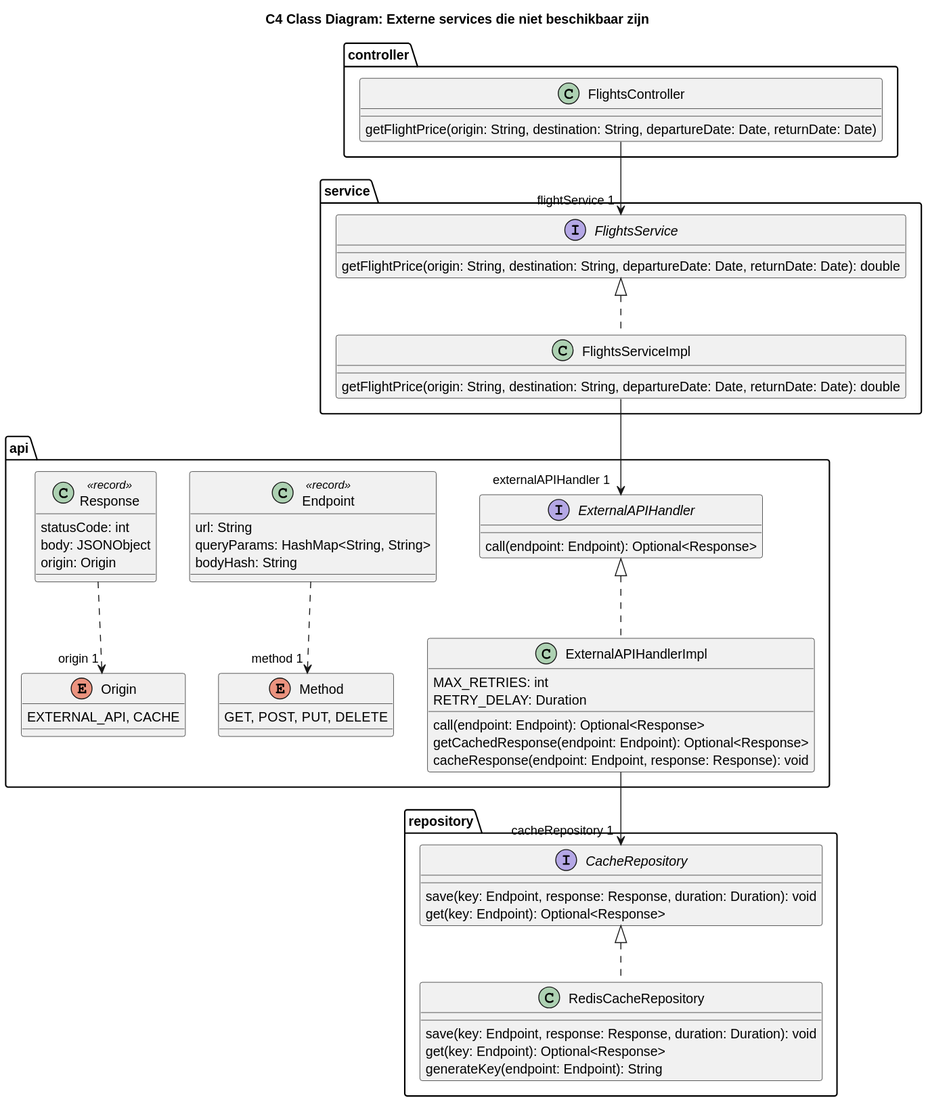
The PlantUML diagram software-guidebook/sgb-bestanden/ontwerpvragen/Fault Tolerance - class diagram-C4_Class_Diagram___Backend.svg in AIM-ENE-feb25/triptop-groep-4-jochem-roald-stijn-a, before a commit.
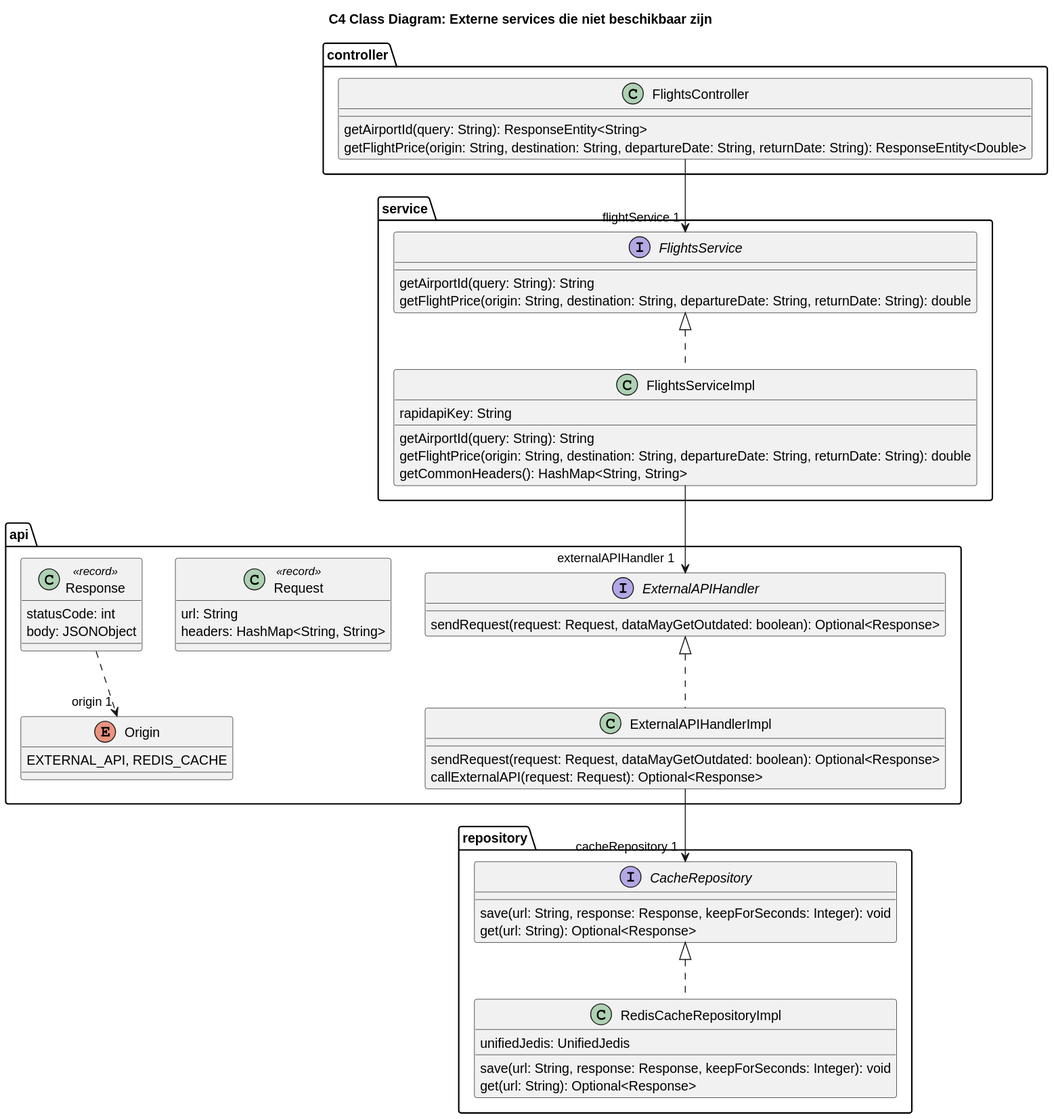
Above is the later version.

Commit message:
class en dynamic component diagram update in readme

The edit, as a diff of the source:
```diff
@@ -6,73 +6,72 @@
 
 package "controller" {
     class FlightsController {
-        getFlightPrice(origin: String, destination: String, departureDate: Date, returnDate: Date)
+        getAirportId(query: String): ResponseEntity<String>
+        getFlightPrice(origin: String, destination: String, departureDate: String, returnDate: String): ResponseEntity<Double>
     }
 }
 
 package "service" {
     interface FlightsService {
-        getFlightPrice(origin: String, destination: String, departureDate: Date, returnDate: Date): double
+        getAirportId(query: String): String
+        getFlightPrice(origin: String, destination: String, departureDate: String, returnDate: String): double
     }
 
     class FlightsServiceImpl {
-        getFlightPrice(origin: String, destination: String, departureDate: Date, returnDate: Date): double
+        rapidapiKey: String
+        getAirportId(query: String): String
+        getFlightPrice(origin: String, destination: String, departureDate: String, returnDate: String): double
+        getCommonHeaders(): HashMap<String, String>
     }
 }
 
 package "api" {
     interface ExternalAPIHandler {
-        call(endpoint: Endpoint): Optional<Response>
+        sendRequest(request: Request, dataMayGetOutdated: boolean): Optional<Response>
     }
 
     class ExternalAPIHandlerImpl {
-        MAX_RETRIES: int
-        RETRY_DELAY: Duration
-        call(endpoint: Endpoint): Optional<Response>
-        getCachedResponse(endpoint: Endpoint): Optional<Response>
-        cacheResponse(endpoint: Endpoint, response: Response): void
+        sendRequest(request: Request, dataMayGetOutdated: boolean): Optional<Response>
+        callExternalAPI(request: Request): Optional<Response>
     }
 
-    class Endpoint <<record>> {
+    class Request <<record>> {
         url: String
-        queryParams: HashMap<String, String>
-        bodyHash: String
-    }
-
-    enum Method {
-        GET, POST, PUT, DELETE
+        headers: HashMap<String, String>
     }
 
     class Response <<record>> {
         statusCode: int
         body: JSONObject
-        origin: Origin
     }
 
     enum Origin {
-        EXTERNAL_API, CACHE
+        EXTERNAL_API, REDIS_CACHE
     }
 }
 
 package "repository" {
     interface CacheRepository {
-        save(key: Endpoint, response: Response, duration: Duration): void
-        get(key: Endpoint): Optional<Response>
+        save(url: String, response: Response, keepForSeconds: Integer): void
+        get(url: String): Optional<Response>
     }
 
-    class RedisCacheRepository {
-        save(key: Endpoint, response: Response, duration: Duration): void
-        get(key: Endpoint): Optional<Response>
-        generateKey(endpoint: Endpoint): String
+    class RedisCacheRepositoryImpl {
+        unifiedJedis: UnifiedJedis
+        save(url: String, response: Response, keepForSeconds: Integer): void
+        get(url: String): Optional<Response>
     }
 }
+
+
+
+
 
 FlightsController --> "flightService 1" FlightsService
 FlightsServiceImpl .u.|> FlightsService
 FlightsServiceImpl --> "externalAPIHandler 1" ExternalAPIHandler
 ExternalAPIHandlerImpl .u.|> ExternalAPIHandler
 ExternalAPIHandlerImpl --> "cacheRepository 1" CacheRepository
-RedisCacheRepository .u.|> CacheRepository
-Endpoint ..> "method 1" Method
+RedisCacheRepositoryImpl .u.|> CacheRepository
 Response ..> "origin 1" Origin
 @enduml
```
